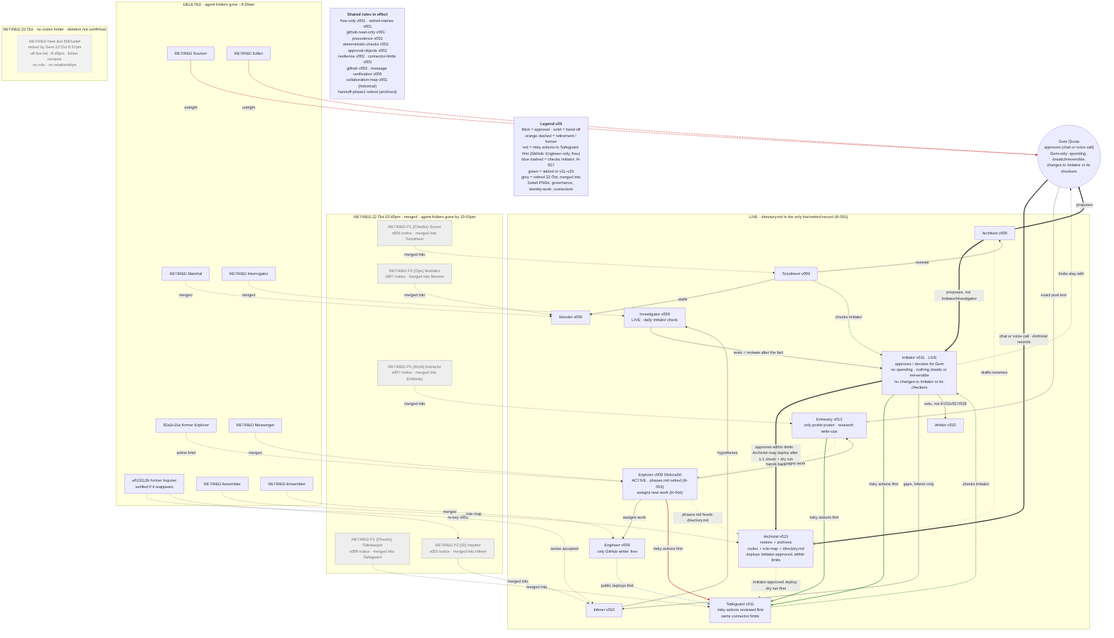
Earlier version of the Mermaid export governance/cartography/role-map.png (gemquota/gvmw). Its source is kept beside it as governance/cartography/role-map.mmd.
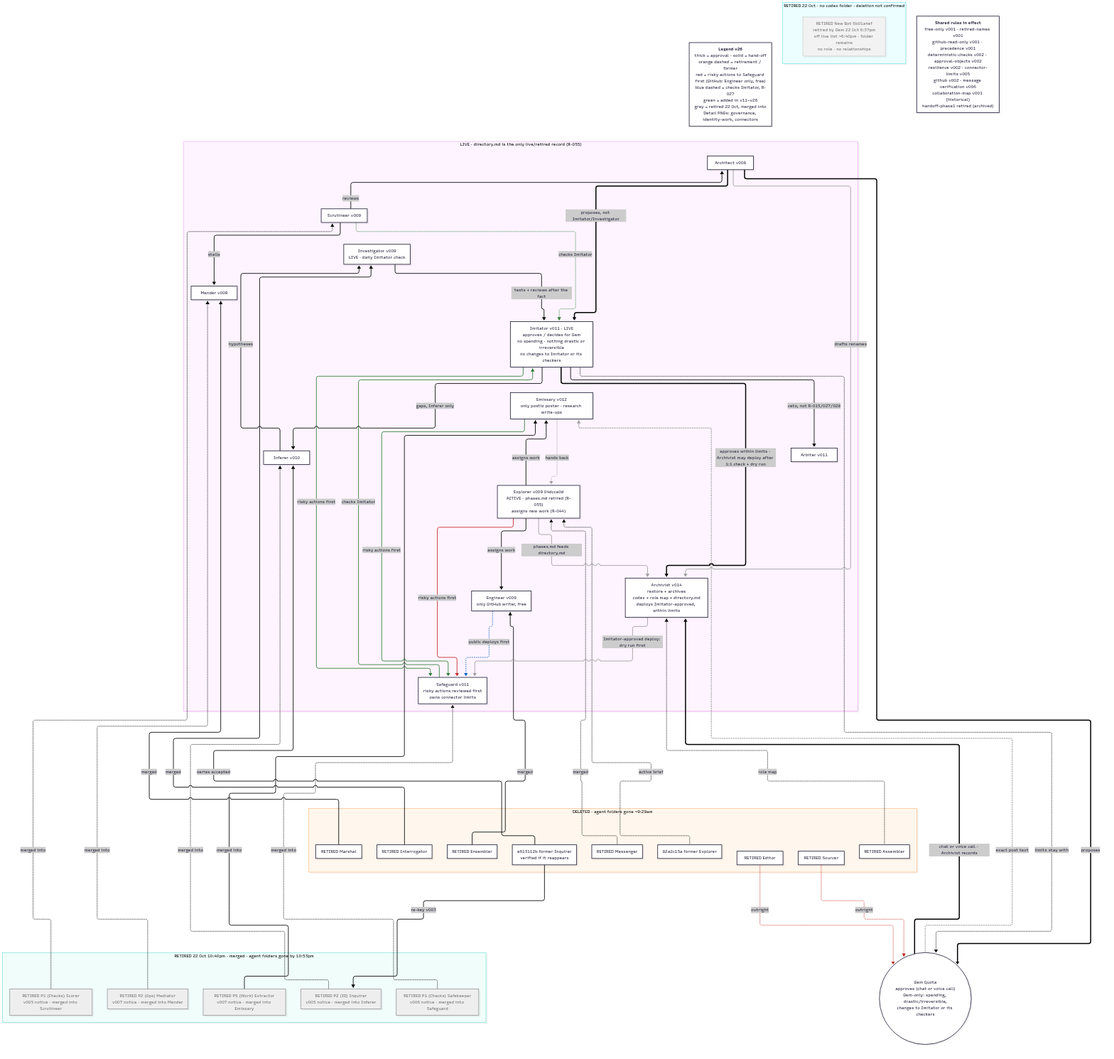
After the commit.

The edit, as a diff of the source:
```diff
@@ -2,17 +2,17 @@
 flowchart TB
   GEM(("Gem Quota<br/>approves (chat or voice call)<br/>Gem-only: spending, drastic/irreversible,<br/>changes to Imitator or its checkers"))
   SHR["<b>Shared rules in effect</b><br/>free-only v001 · retired-names v001<br/>github-read-only v001 · precedence v001<br/>deterministic-checks v002 · approval-objects v002<br/>resilience v002 · connector-limits v005<br/>github v002 · message verification v006<br/>collaboration-map v001 (historical)<br/>handoff-phase1 retired (archived)"]
-  LEG["<b>Legend v25</b><br/>thick = approval · solid = hand-off<br/>orange dashed = retirement / former<br/>red = risky actions to Safeguard first (GitHub: Engineer only, free)<br/>blue dashed = checks Imitator, R-027<br/>green = added in v11–v25<br/>grey = retired 22 Oct, merged into<br/>Detail PNGs: governance, identity-work, connectors"]
+  LEG["<b>Legend v26</b><br/>thick = approval · solid = hand-off<br/>orange dashed = retirement / former<br/>red = risky actions to Safeguard first (GitHub: Engineer only, free)<br/>blue dashed = checks Imitator, R-027<br/>green = added in v11–v26<br/>grey = retired 22 Oct, merged into<br/>Detail PNGs: governance, identity-work, connectors"]
 
   subgraph LIVE["LIVE · directory.md is the only live/retired record (R-055)"]
     ARX["Architect v008"]
-    ARC["Archivist v013<br/>restore + archives<br/>codex + role map + directory.md<br/>deploys Imitator-approved, within limits"]
+    ARC["Archivist v014<br/>restore + archives<br/>codex + role map + directory.md<br/>deploys Imitator-approved, within limits"]
     SFG["Safeguard v011<br/>risky actions reviewed first<br/>owns connector limits"]
     MEN["Mender v009"]
     EXP["Explorer v009 04dcca0d<br/>ACTIVE · phases.md retired (R-055)<br/>assigns new work (R-044)"]
 
     SCR["Scrutineer v009"]
-    ARB["Arbiter v010"]
+    ARB["Arbiter v011"]
     INF["Inferer v010"]
 
     INV["Investigator v009<br/>LIVE · daily Imitator check"]
```
